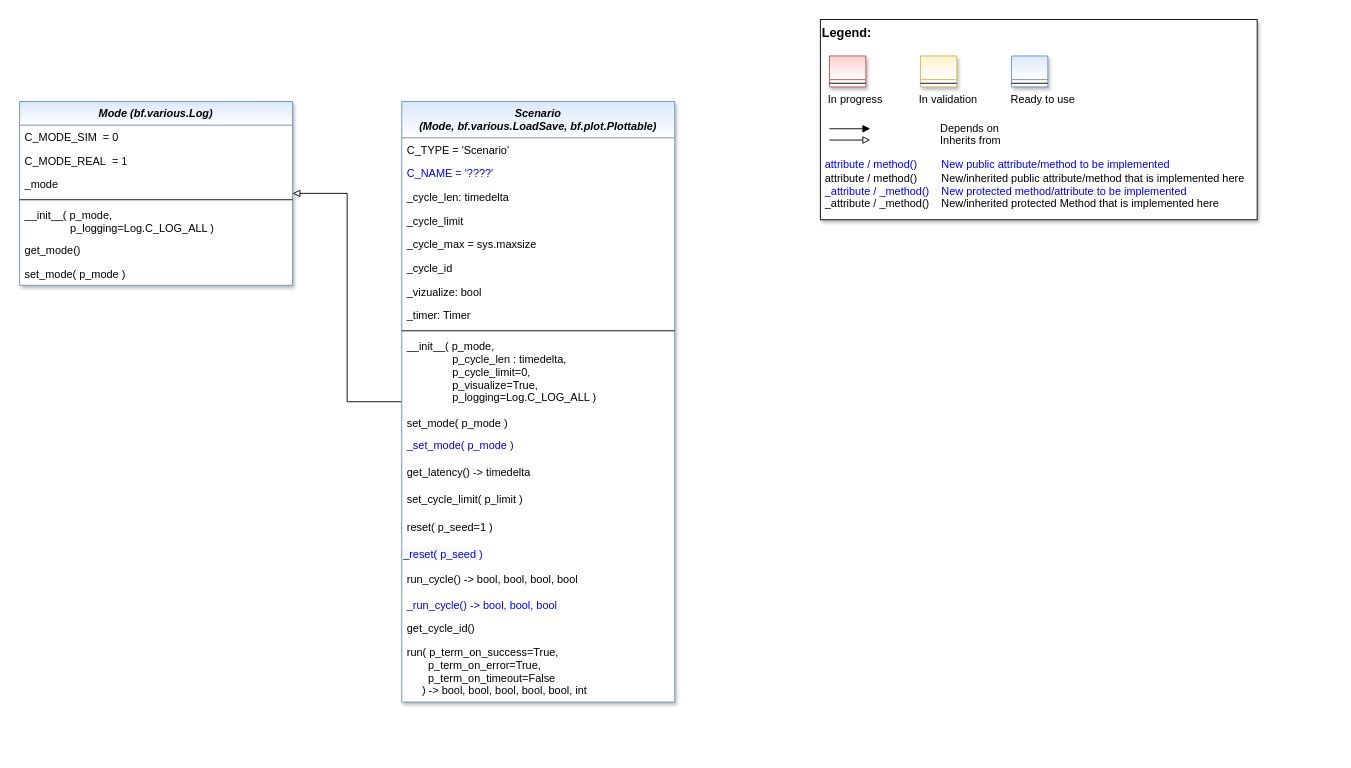
Before: doc/rtd/content/append2/core/images/bf/MLPro-BF-OPS_class_diagram.drawio in fhswf/MLPro, a draw.io diagram. Source tidied: cells renumbered, new cells numbered last; positions are measured from the earlier drawing's top-left corner, leaving out a move shared by most shapes. Both pictures are drawn from the tidied source at 91%, with x=0, y=0 at pixel (19, 19).
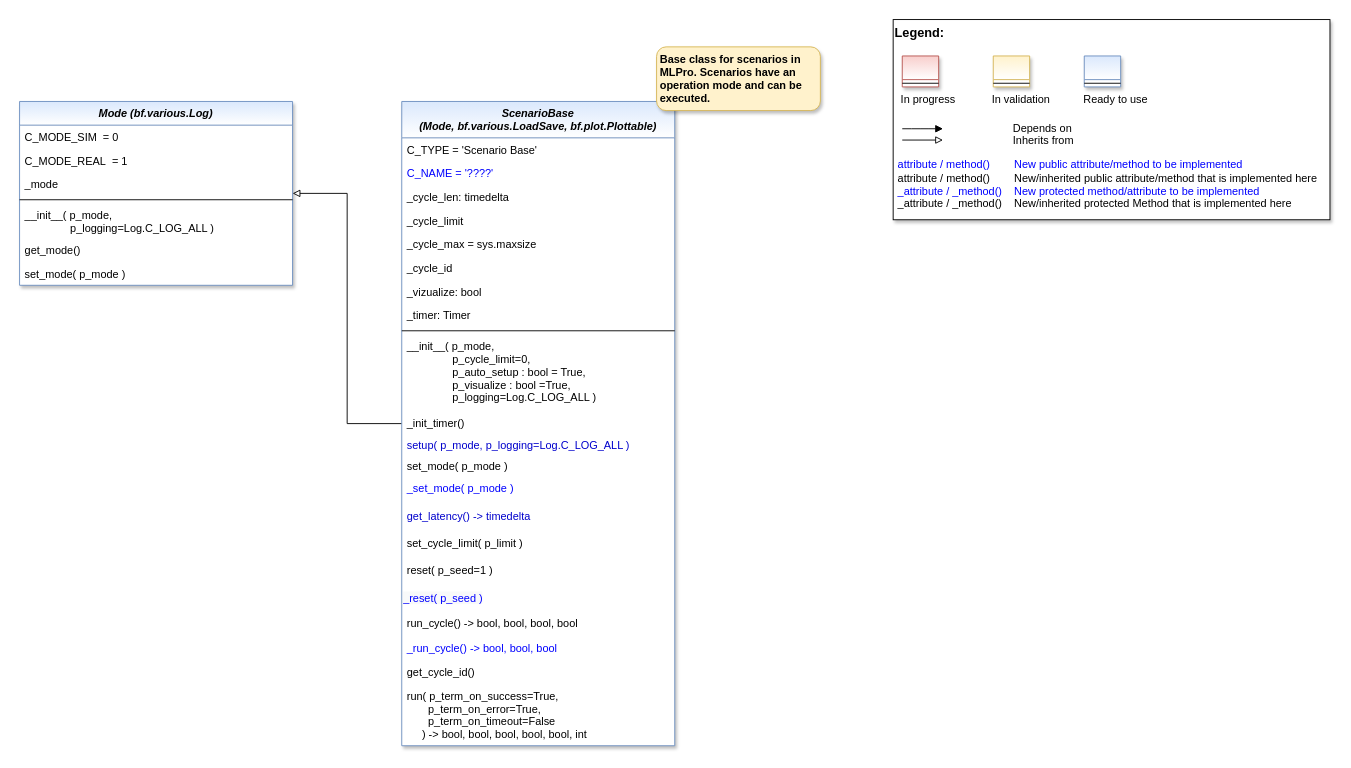
Above is the later version.

Change to the diagram source:
```diff
@@
-    <mxCell id="11" value="Scenario &#10;(Mode, bf.various.LoadSave, bf.plot.Plottable)" style="swimlane;fontStyle=3;align=center;verticalAlign=top;horizontal=1;startSize=40;rounded=0;shadow=1;strokeWidth=1;fillColor=#dae8fc;strokeColor=#6c8ebf;gradientColor=#ffffff;swimlaneFillColor=#ffffff;" parent="1" vertex="1">
-      <mxGeometry x="420" y="90" width="300" height="660" as="geometry" />
+    <mxCell id="11" value="ScenarioBase&#10;(Mode, bf.various.LoadSave, bf.plot.Plottable)" style="swimlane;fontStyle=3;align=center;verticalAlign=top;horizontal=1;startSize=40;rounded=0;shadow=1;strokeWidth=1;fillColor=#dae8fc;strokeColor=#6c8ebf;gradientColor=#ffffff;swimlaneFillColor=#ffffff;" parent="1" vertex="1">
+      <mxGeometry x="420" y="90" width="300" height="708" as="geometry" />
     </mxCell>
-    <mxCell id="12" value="C_TYPE = 'Scenario'" style="text;align=left;verticalAlign=top;spacingLeft=4;spacingRight=4;overflow=hidden;" parent="11" vertex="1">
+    <mxCell id="12" value="C_TYPE = 'Scenario Base'" style="text;align=left;verticalAlign=top;spacingLeft=4;spacingRight=4;overflow=hidden;" parent="11" vertex="1">
       <mxGeometry y="40" width="300" height="26" as="geometry" />
     </mxCell>
@@
-    <mxCell id="21" value="__init__( p_mode,&#10;               p_cycle_len : timedelta,&#10;               p_cycle_limit=0,&#10;               p_visualize=True,&#10;               p_logging=Log.C_LOG_ALL )" style="text;align=left;verticalAlign=top;spacingLeft=4;spacingRight=4;overflow=hidden;" parent="11" vertex="1">
+    <mxCell id="21" value="__init__( p_mode,&#10;               p_cycle_limit=0,&#10;               p_auto_setup : bool = True,&#10;               p_visualize : bool =True,&#10;               p_logging=Log.C_LOG_ALL )" style="text;align=left;verticalAlign=top;spacingLeft=4;spacingRight=4;overflow=hidden;" parent="11" vertex="1">
       <mxGeometry y="256" width="300" height="84" as="geometry" />
     </mxCell>
+    <mxCell id="42" value="_init_timer()" style="text;align=left;verticalAlign=top;spacingLeft=4;spacingRight=4;overflow=hidden;" parent="11" vertex="1">
+      <mxGeometry y="340" width="300" height="24" as="geometry" />
+    </mxCell>
-    <mxCell id="22" value="set_mode( p_mode )" style="text;align=left;verticalAlign=top;spacingLeft=4;spacingRight=4;overflow=hidden;" parent="11" vertex="1">
-      <mxGeometry y="340" width="300" height="24" as="geometry" />
+    <mxCell id="22" value="setup( p_mode, p_logging=Log.C_LOG_ALL )" style="text;align=left;verticalAlign=top;spacingLeft=4;spacingRight=4;overflow=hidden;fontColor=#0000CC;" parent="11" vertex="1">
+      <mxGeometry y="364" width="300" height="24" as="geometry" />
     </mxCell>
+    <mxCell id="43" value="set_mode( p_mode )" style="text;align=left;verticalAlign=top;spacingLeft=4;spacingRight=4;overflow=hidden;" parent="11" vertex="1">
+      <mxGeometry y="388" width="300" height="24" as="geometry" />
+    </mxCell>
     <mxCell id="23" value="_set_mode( p_mode )" style="text;align=left;verticalAlign=top;spacingLeft=4;spacingRight=4;overflow=hidden;fontColor=#0000FF;" parent="11" vertex="1">
-      <mxGeometry y="364" width="300" height="30" as="geometry" />
+      <mxGeometry y="412" width="300" height="30" as="geometry" />
     </mxCell>
-    <mxCell id="24" value="get_latency() -&gt; timedelta" style="text;align=left;verticalAlign=top;spacingLeft=4;spacingRight=4;overflow=hidden;" parent="11" vertex="1">
-      <mxGeometry y="394" width="300" height="30" as="geometry" />
+    <mxCell id="24" value="get_latency() -&gt; timedelta" style="text;align=left;verticalAlign=top;spacingLeft=4;spacingRight=4;overflow=hidden;fontColor=#0000CC;" parent="11" vertex="1">
+      <mxGeometry y="442" width="300" height="30" as="geometry" />
     </mxCell>
     <mxCell id="25" value="set_cycle_limit( p_limit )" style="text;align=left;verticalAlign=top;spacingLeft=4;spacingRight=4;overflow=hidden;" parent="11" vertex="1">
-      <mxGeometry y="424" width="300" height="30" as="geometry" />
+      <mxGeometry y="472" width="300" height="30" as="geometry" />
     </mxCell>
     <mxCell id="26" value="reset( p_seed=1 )" style="text;align=left;verticalAlign=top;spacingLeft=4;spacingRight=4;overflow=hidden;" parent="11" vertex="1">
-      <mxGeometry y="454" width="300" height="30" as="geometry" />
+      <mxGeometry y="502" width="300" height="30" as="geometry" />
     </mxCell>
     <mxCell id="27" value="&lt;span style=&quot;color: rgb(0 , 0 , 255) ; font-family: &amp;#34;helvetica&amp;#34; ; font-size: 12px ; font-style: normal ; font-weight: 400 ; letter-spacing: normal ; text-align: left ; text-indent: 0px ; text-transform: none ; word-spacing: 0px ; background-color: rgb(248 , 249 , 250) ; display: inline ; float: none&quot;&gt;_reset( p_seed )&lt;/span&gt;" style="text;whiteSpace=wrap;html=1;fontColor=#000000;" parent="11" vertex="1">
-      <mxGeometry y="484" width="300" height="28" as="geometry" />
+      <mxGeometry y="532" width="300" height="28" as="geometry" />
     </mxCell>
     <mxCell id="28" value="run_cycle() -&gt; bool, bool, bool, bool" style="text;align=left;verticalAlign=top;spacingLeft=4;spacingRight=4;overflow=hidden;" parent="11" vertex="1">
-      <mxGeometry y="512" width="300" height="28" as="geometry" />
+      <mxGeometry y="560" width="300" height="28" as="geometry" />
     </mxCell>
     <mxCell id="29" value="_run_cycle() -&gt; bool, bool, bool" style="text;align=left;verticalAlign=top;spacingLeft=4;spacingRight=4;overflow=hidden;fontColor=#0000FF;" parent="11" vertex="1">
-      <mxGeometry y="540" width="300" height="26" as="geometry" />
+      <mxGeometry y="588" width="300" height="26" as="geometry" />
     </mxCell>
     <mxCell id="30" value="get_cycle_id()" style="text;align=left;verticalAlign=top;spacingLeft=4;spacingRight=4;overflow=hidden;" parent="11" vertex="1">
-      <mxGeometry y="566" width="300" height="26" as="geometry" />
+      <mxGeometry y="614" width="300" height="26" as="geometry" />
     </mxCell>
     <mxCell id="31" value="run( p_term_on_success=True, &#10;       p_term_on_error=True,&#10;       p_term_on_timeout=False &#10;     ) -&gt; bool, bool, bool, bool, bool, int " style="text;align=left;verticalAlign=top;spacingLeft=4;spacingRight=4;overflow=hidden;" parent="11" vertex="1">
-      <mxGeometry y="592" width="300" height="68" as="geometry" />
+      <mxGeometry y="640" width="300" height="68" as="geometry" />
     </mxCell>
     <mxCell id="32" style="group;" parent="1" vertex="1">
-      <mxGeometry x="880" width="480" height="220" as="geometry" />
+      <mxGeometry x="960" width="480" height="220" as="geometry" />
     </mxCell>
@@
+    <mxCell id="44" value="Base class for scenarios in MLPro. Scenarios have an operation mode and can be executed." style="rounded=1;whiteSpace=wrap;html=1;fillColor=#fff2cc;strokeColor=#d6b656;shadow=1;fontStyle=1;align=left;verticalAlign=top;spacingLeft=2;" parent="1" vertex="1">
+      <mxGeometry x="700" y="30" width="180" height="70" as="geometry" />
+    </mxCell>
```
